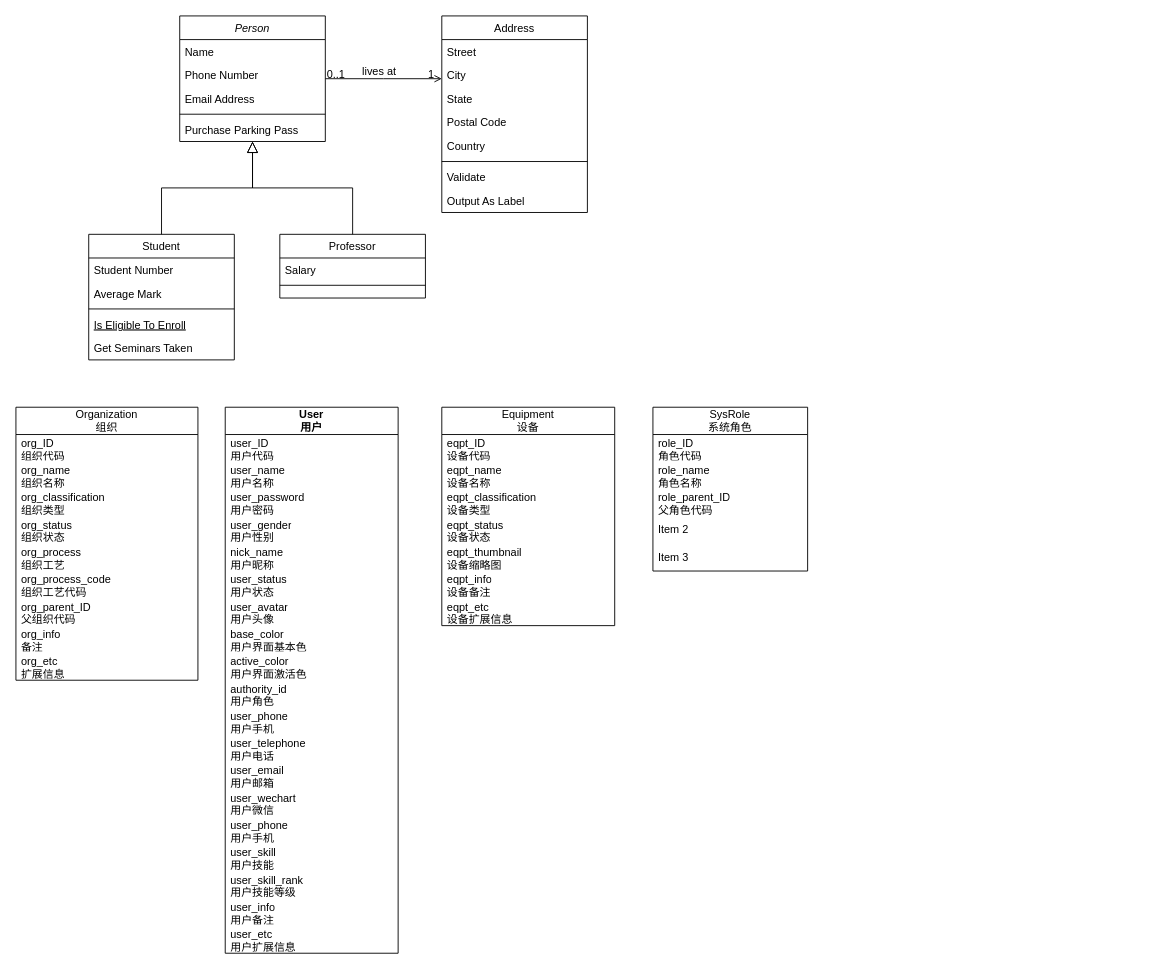
Earlier version of the draw.io diagram 未命名绘图.drawio (dofospider/gin-vue-admin-learn). Source tidied: cells renumbered, new cells numbered last; positions are measured from the earlier drawing's top-left corner, leaving out a move shared by most shapes. Both pictures are drawn from the tidied source at 91%, with x=0, y=0 at pixel (15, 15).
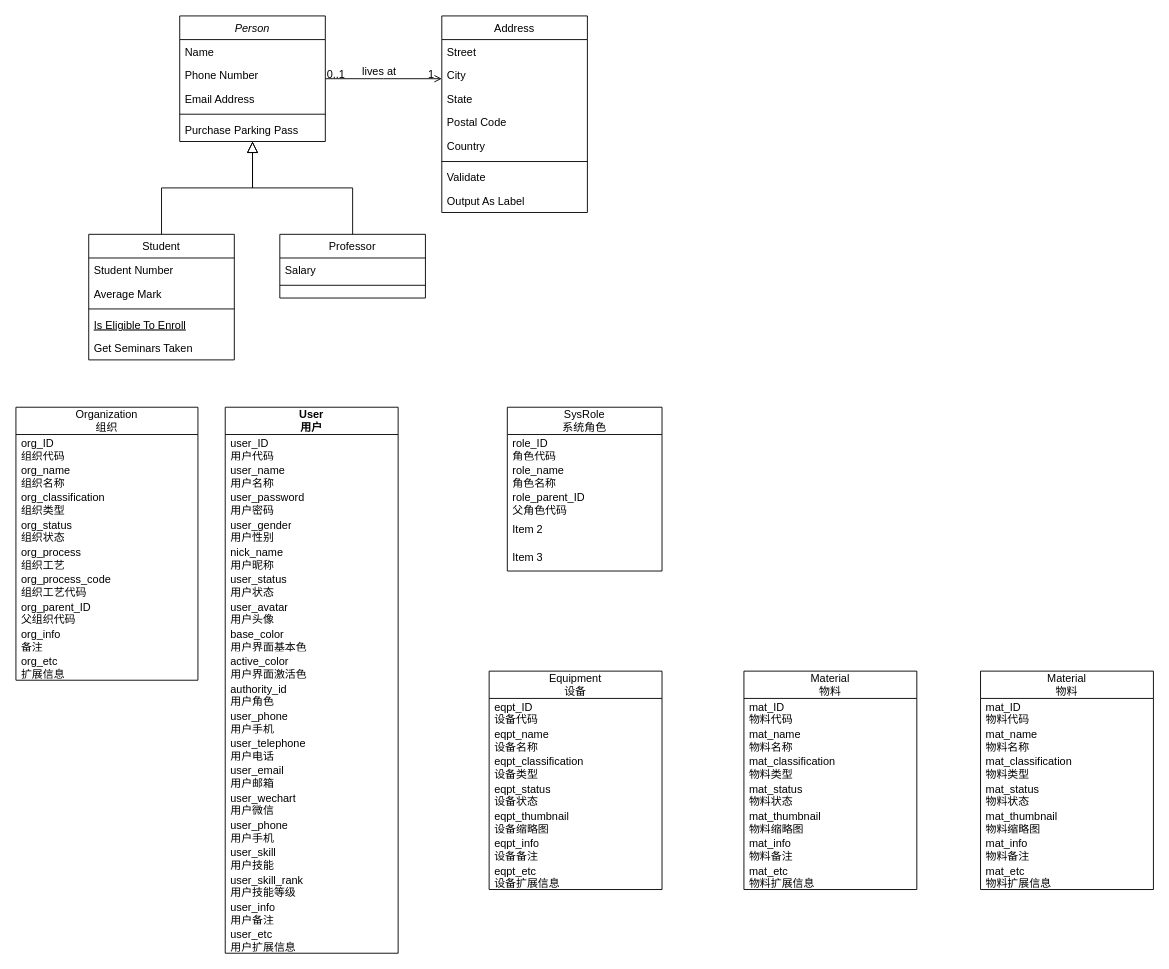
Above is the later version.

Diff of the diagram source:
```diff
@@
     <mxCell id="62" value="Equipment&lt;br&gt;设备" style="swimlane;fontStyle=0;horizontal=1;startSize=30;whiteSpace=wrap;html=1;" parent="1" vertex="1">
-      <mxGeometry x="468" y="430" width="190" height="240" as="geometry" />
+      <mxGeometry x="520" y="720" width="190" height="240" as="geometry" />
     </mxCell>
@@
     <mxCell id="70" value="SysRole&lt;br&gt;系统角色" style="swimlane;fontStyle=0;horizontal=1;startSize=30;whiteSpace=wrap;html=1;" parent="1" vertex="1">
-      <mxGeometry x="700" y="430" width="170" height="180" as="geometry" />
+      <mxGeometry x="540" y="430" width="170" height="180" as="geometry" />
     </mxCell>
@@
+    <mxCell id="76" value="Material&lt;br&gt;物料" style="swimlane;fontStyle=0;horizontal=1;startSize=30;whiteSpace=wrap;html=1;" parent="1" vertex="1">
+      <mxGeometry x="800" y="720" width="190" height="240" as="geometry" />
+    </mxCell>
+    <mxCell id="77" value="mat_ID&lt;br&gt;物料代码" style="text;strokeColor=none;fillColor=none;align=left;verticalAlign=middle;spacingLeft=4;spacingRight=4;overflow=hidden;whiteSpace=wrap;html=1;" parent="76" vertex="1">
+      <mxGeometry y="30" width="190" height="30" as="geometry" />
+    </mxCell>
+    <mxCell id="78" value="mat_name&lt;br&gt;物料名称" style="text;strokeColor=none;fillColor=none;align=left;verticalAlign=middle;spacingLeft=4;spacingRight=4;overflow=hidden;whiteSpace=wrap;html=1;" parent="76" vertex="1">
+      <mxGeometry y="60" width="190" height="30" as="geometry" />
+    </mxCell>
+    <mxCell id="79" value="mat_classification&lt;br&gt;物料类型" style="text;strokeColor=none;fillColor=none;align=left;verticalAlign=middle;spacingLeft=4;spacingRight=4;overflow=hidden;whiteSpace=wrap;html=1;" parent="76" vertex="1">
+      <mxGeometry y="90" width="190" height="30" as="geometry" />
+    </mxCell>
+    <mxCell id="80" value="mat_status&lt;br&gt;物料状态" style="text;strokeColor=none;fillColor=none;align=left;verticalAlign=middle;spacingLeft=4;spacingRight=4;overflow=hidden;whiteSpace=wrap;html=1;" parent="76" vertex="1">
+      <mxGeometry y="120" width="190" height="30" as="geometry" />
+    </mxCell>
+    <mxCell id="81" value="mat_thumbnail&lt;br&gt;物料缩略图" style="text;strokeColor=none;fillColor=none;align=left;verticalAlign=middle;spacingLeft=4;spacingRight=4;overflow=hidden;whiteSpace=wrap;html=1;" parent="76" vertex="1">
+      <mxGeometry y="150" width="190" height="30" as="geometry" />
+    </mxCell>
+    <mxCell id="82" value="mat_info&lt;br&gt;物料备注" style="text;strokeColor=none;fillColor=none;align=left;verticalAlign=middle;spacingLeft=4;spacingRight=4;overflow=hidden;whiteSpace=wrap;html=1;" parent="76" vertex="1">
+      <mxGeometry y="180" width="190" height="30" as="geometry" />
+    </mxCell>
+    <mxCell id="83" value="mat_etc&lt;br&gt;物料扩展信息" style="text;strokeColor=none;fillColor=none;align=left;verticalAlign=middle;spacingLeft=4;spacingRight=4;overflow=hidden;whiteSpace=wrap;html=1;" parent="76" vertex="1">
+      <mxGeometry y="210" width="190" height="30" as="geometry" />
+    </mxCell>
+    <mxCell id="84" value="Material&lt;br&gt;物料" style="swimlane;fontStyle=0;horizontal=1;startSize=30;whiteSpace=wrap;html=1;" parent="1" vertex="1">
+      <mxGeometry x="1060" y="720" width="190" height="240" as="geometry" />
+    </mxCell>
+    <mxCell id="85" value="mat_ID&lt;br&gt;物料代码" style="text;strokeColor=none;fillColor=none;align=left;verticalAlign=middle;spacingLeft=4;spacingRight=4;overflow=hidden;whiteSpace=wrap;html=1;" parent="84" vertex="1">
+      <mxGeometry y="30" width="190" height="30" as="geometry" />
+    </mxCell>
+    <mxCell id="86" value="mat_name&lt;br&gt;物料名称" style="text;strokeColor=none;fillColor=none;align=left;verticalAlign=middle;spacingLeft=4;spacingRight=4;overflow=hidden;whiteSpace=wrap;html=1;" parent="84" vertex="1">
+      <mxGeometry y="60" width="190" height="30" as="geometry" />
+    </mxCell>
+    <mxCell id="87" value="mat_classification&lt;br&gt;物料类型" style="text;strokeColor=none;fillColor=none;align=left;verticalAlign=middle;spacingLeft=4;spacingRight=4;overflow=hidden;whiteSpace=wrap;html=1;" parent="84" vertex="1">
+      <mxGeometry y="90" width="190" height="30" as="geometry" />
+    </mxCell>
+    <mxCell id="88" value="mat_status&lt;br&gt;物料状态" style="text;strokeColor=none;fillColor=none;align=left;verticalAlign=middle;spacingLeft=4;spacingRight=4;overflow=hidden;whiteSpace=wrap;html=1;" parent="84" vertex="1">
+      <mxGeometry y="120" width="190" height="30" as="geometry" />
+    </mxCell>
+    <mxCell id="89" value="mat_thumbnail&lt;br&gt;物料缩略图" style="text;strokeColor=none;fillColor=none;align=left;verticalAlign=middle;spacingLeft=4;spacingRight=4;overflow=hidden;whiteSpace=wrap;html=1;" parent="84" vertex="1">
+      <mxGeometry y="150" width="190" height="30" as="geometry" />
+    </mxCell>
+    <mxCell id="90" value="mat_info&lt;br&gt;物料备注" style="text;strokeColor=none;fillColor=none;align=left;verticalAlign=middle;spacingLeft=4;spacingRight=4;overflow=hidden;whiteSpace=wrap;html=1;" parent="84" vertex="1">
+      <mxGeometry y="180" width="190" height="30" as="geometry" />
+    </mxCell>
+    <mxCell id="91" value="mat_etc&lt;br&gt;物料扩展信息" style="text;strokeColor=none;fillColor=none;align=left;verticalAlign=middle;spacingLeft=4;spacingRight=4;overflow=hidden;whiteSpace=wrap;html=1;" parent="84" vertex="1">
+      <mxGeometry y="210" width="190" height="30" as="geometry" />
+    </mxCell>
```
